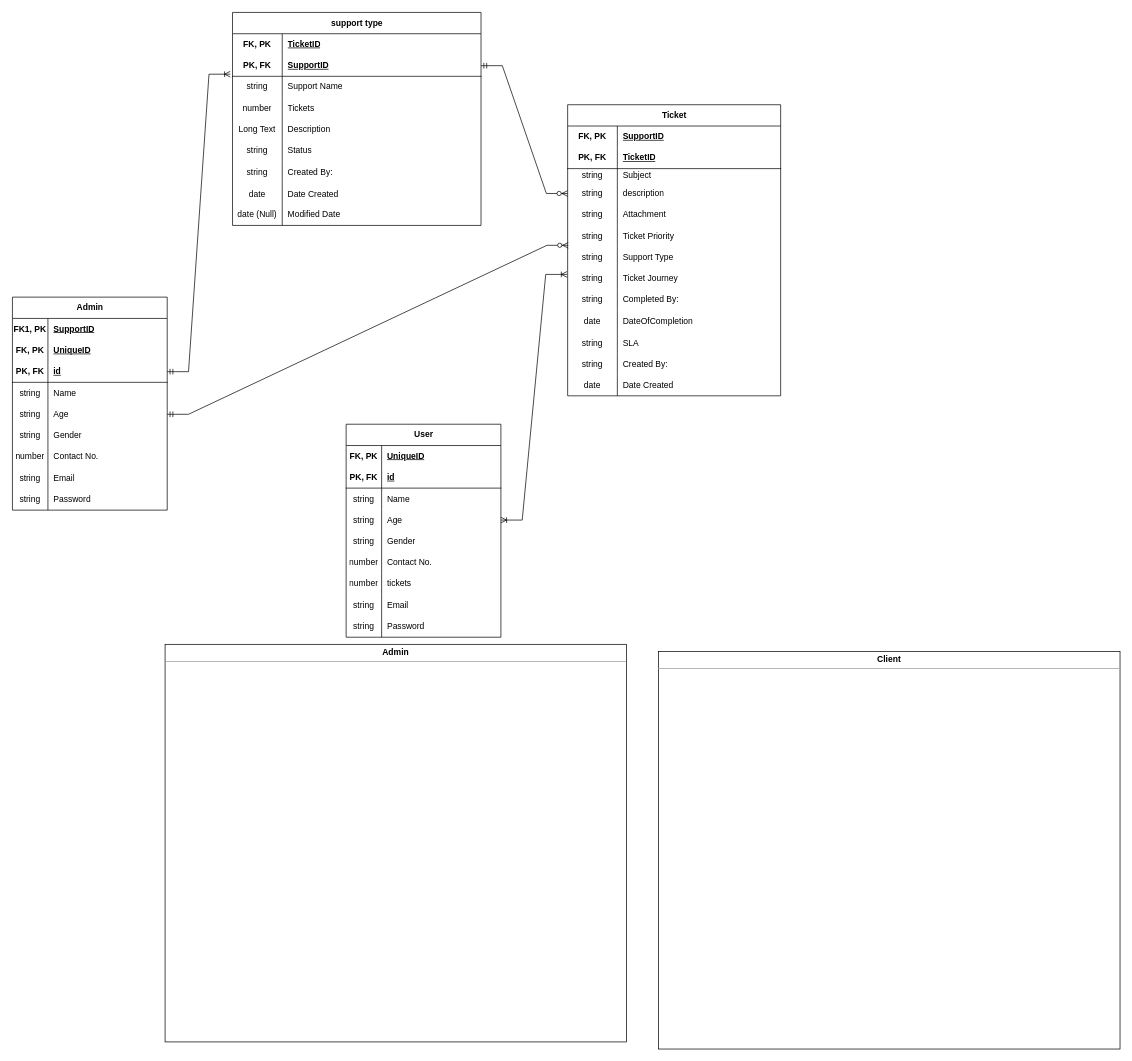
Above: page "Page-1" (1 of 2) of hackdesk-erd.drawio in clydeaaron/hackdesk-erd (draw.io), before the change. Source tidied: cells renumbered, new cells numbered last; positions are measured from the earlier drawing's top-left corner, leaving out a move shared by most shapes. Both pictures are drawn from the tidied source at 71%, with x=0, y=0 at pixel (12, 12).
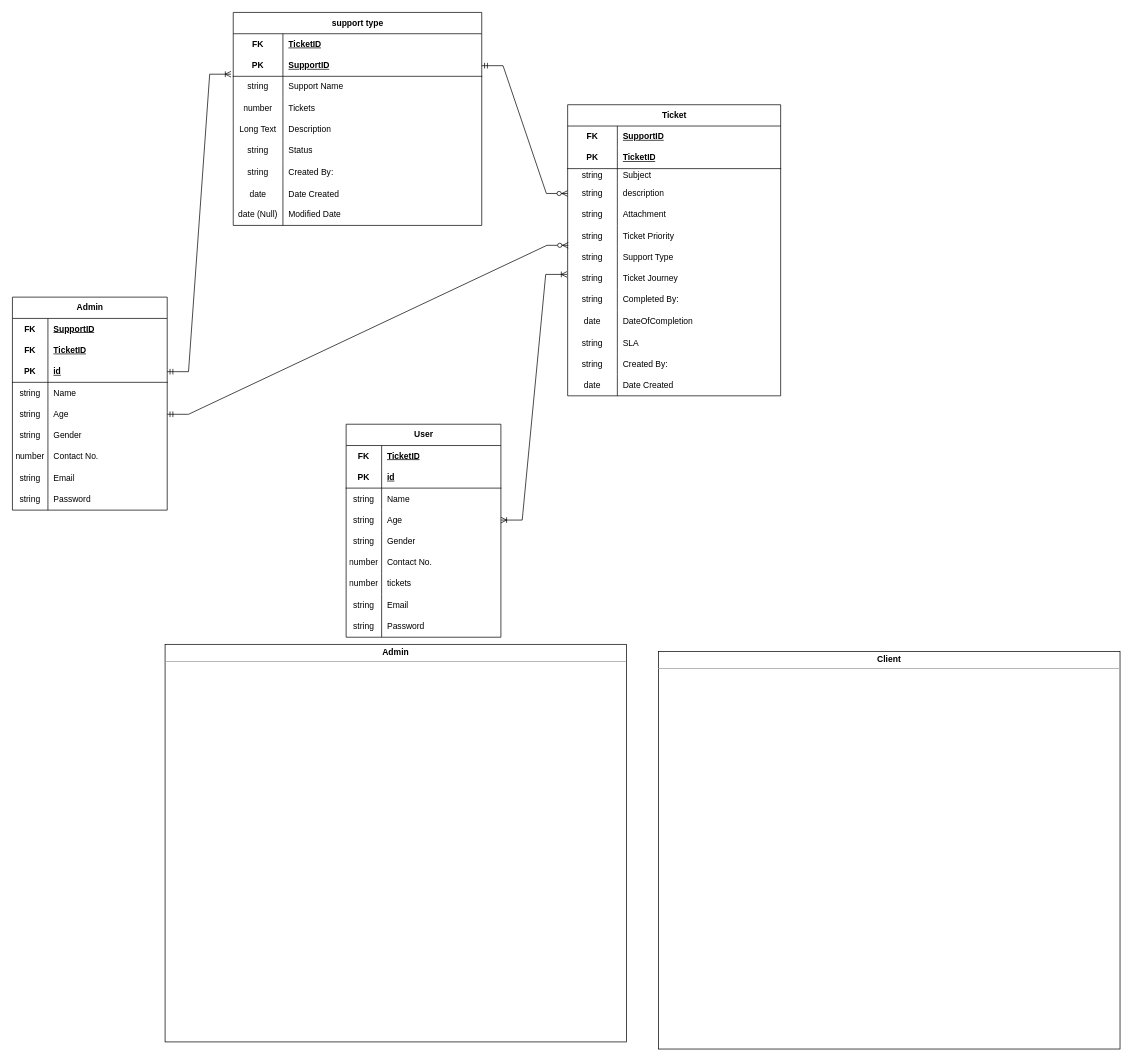
The same page after the edit.

Unchanged cells that the change refers to:
```xml
<mxCell id="4" style="shape=tableRow;horizontal=0;startSize=0;swimlaneHead=0;swimlaneBody=0;fillColor=none;top=0;left=0;right=0;bottom=0;" parent="3" vertex="1">
  <mxGeometry y="30" width="300" height="30" as="geometry" />
</mxCell>
<mxCell id="7" style="shape=tableRow;horizontal=0;startSize=0;swimlaneHead=0;swimlaneBody=0;fillColor=none;top=0;left=0;right=0;bottom=1;" parent="3" vertex="1">
  <mxGeometry y="60" width="300" height="30" as="geometry" />
</mxCell>
<mxCell id="45" style="shape=tableRow;horizontal=0;startSize=0;swimlaneHead=0;swimlaneBody=0;fillColor=none;top=0;left=0;right=0;bottom=0;" parent="44" vertex="1">
  <mxGeometry y="30" width="218" height="30" as="geometry" />
</mxCell>
<mxCell id="48" style="shape=tableRow;horizontal=0;startSize=0;swimlaneHead=0;swimlaneBody=0;fillColor=none;top=0;left=0;right=0;bottom=1;" parent="44" vertex="1">
  <mxGeometry y="60" width="218" height="30" as="geometry" />
</mxCell>
<mxCell id="73" style="shape=tableRow;horizontal=0;startSize=0;swimlaneHead=0;swimlaneBody=0;fillColor=none;top=0;left=0;right=0;bottom=0;" parent="72" vertex="1">
  <mxGeometry y="30" width="350" height="30" as="geometry" />
</mxCell>
<mxCell id="76" style="shape=tableRow;horizontal=0;startSize=0;swimlaneHead=0;swimlaneBody=0;fillColor=none;points=[[0,0.5],[1,0.5]];portConstraint=eastwest;top=0;left=0;right=0;bottom=1;" parent="72" vertex="1">
  <mxGeometry y="60" width="350" height="30" as="geometry" />
</mxCell>
<mxCell id="102" style="shape=tableRow;horizontal=0;startSize=0;swimlaneHead=0;swimlaneBody=0;fillColor=none;top=0;left=0;right=0;bottom=0;" parent="101" vertex="1">
  <mxGeometry y="30" width="218" height="30" as="geometry" />
</mxCell>
<mxCell id="105" style="shape=tableRow;horizontal=0;startSize=0;swimlaneHead=0;swimlaneBody=0;fillColor=none;top=0;left=0;right=0;bottom=0;" parent="101" vertex="1">
  <mxGeometry y="60" width="218" height="30" as="geometry" />
</mxCell>
<mxCell id="108" style="shape=tableRow;horizontal=0;startSize=0;swimlaneHead=0;swimlaneBody=0;fillColor=none;points=[[0,0.5],[1,0.5]];portConstraint=eastwest;top=0;left=0;right=0;bottom=1;" parent="101" vertex="1">
  <mxGeometry y="90" width="218" height="30" as="geometry" />
</mxCell>
```

Change to the diagram source:
```diff
@@
-    <mxCell id="5" value="FK, PK" style="shape=partialRectangle;fillColor=none;top=0;left=0;bottom=0;right=0;fontStyle=1;overflow=hidden;whiteSpace=wrap;html=1;" parent="4" vertex="1">
+    <mxCell id="5" value="FK" style="shape=partialRectangle;fillColor=none;top=0;left=0;bottom=0;right=0;fontStyle=1;overflow=hidden;whiteSpace=wrap;html=1;" parent="4" vertex="1">
       <mxGeometry width="70" height="30" as="geometry" />
     </mxCell>
@@
-    <mxCell id="8" value="PK, FK" style="shape=partialRectangle;fillColor=none;top=0;left=0;bottom=0;right=0;fontStyle=1;overflow=hidden;whiteSpace=wrap;html=1;" parent="7" vertex="1">
+    <mxCell id="8" value="PK" style="shape=partialRectangle;fillColor=none;top=0;left=0;bottom=0;right=0;fontStyle=1;overflow=hidden;whiteSpace=wrap;html=1;" parent="7" vertex="1">
       <mxGeometry width="70" height="30" as="geometry" />
     </mxCell>
@@
-    <mxCell id="46" value="FK, PK" style="shape=partialRectangle;fillColor=none;top=0;left=0;bottom=0;right=0;fontStyle=1;overflow=hidden;whiteSpace=wrap;html=1;" parent="45" vertex="1">
+    <mxCell id="46" value="FK" style="shape=partialRectangle;fillColor=none;top=0;left=0;bottom=0;right=0;fontStyle=1;overflow=hidden;whiteSpace=wrap;html=1;" parent="45" vertex="1">
       <mxGeometry width="50" height="30" as="geometry" />
     </mxCell>
-    <mxCell id="47" value="UniqueID" style="shape=partialRectangle;fillColor=none;top=0;left=0;bottom=0;right=0;align=left;spacingLeft=6;fontStyle=5;overflow=hidden;whiteSpace=wrap;html=1;" parent="45" vertex="1">
+    <mxCell id="47" value="TicketID" style="shape=partialRectangle;fillColor=none;top=0;left=0;bottom=0;right=0;align=left;spacingLeft=6;fontStyle=5;overflow=hidden;whiteSpace=wrap;html=1;" parent="45" vertex="1">
       <mxGeometry x="50" width="168" height="30" as="geometry" />
     </mxCell>
@@
-    <mxCell id="49" value="PK, FK" style="shape=partialRectangle;fillColor=none;top=0;left=0;bottom=0;right=0;fontStyle=1;overflow=hidden;whiteSpace=wrap;html=1;" parent="48" vertex="1">
+    <mxCell id="49" value="PK" style="shape=partialRectangle;fillColor=none;top=0;left=0;bottom=0;right=0;fontStyle=1;overflow=hidden;whiteSpace=wrap;html=1;" parent="48" vertex="1">
       <mxGeometry width="50" height="30" as="geometry" />
     </mxCell>
@@
     <mxCell id="72" value="&lt;b&gt;support type&lt;/b&gt;" style="shape=table;startSize=30;childLayout=tableLayout;rowLines=0;fontStyle=0;align=center;html=1;" parent="1" vertex="1">
-      <mxGeometry x="310" width="350" height="300" as="geometry" />
+      <mxGeometry x="311" width="350" height="300" as="geometry" />
     </mxCell>
@@
-    <mxCell id="74" value="FK, PK" style="shape=partialRectangle;fillColor=none;top=0;left=0;bottom=0;right=0;fontStyle=1;overflow=hidden;whiteSpace=wrap;html=1;" parent="73" vertex="1">
+    <mxCell id="74" value="FK" style="shape=partialRectangle;fillColor=none;top=0;left=0;bottom=0;right=0;fontStyle=1;overflow=hidden;whiteSpace=wrap;html=1;" parent="73" vertex="1">
       <mxGeometry width="70" height="30" as="geometry" />
     </mxCell>
@@
-    <mxCell id="77" value="PK, FK" style="shape=partialRectangle;fillColor=none;top=0;left=0;bottom=0;right=0;fontStyle=1;overflow=hidden;whiteSpace=wrap;html=1;" parent="76" vertex="1">
+    <mxCell id="77" value="PK" style="shape=partialRectangle;fillColor=none;top=0;left=0;bottom=0;right=0;fontStyle=1;overflow=hidden;whiteSpace=wrap;html=1;" parent="76" vertex="1">
       <mxGeometry width="70" height="30" as="geometry" />
     </mxCell>
@@
-    <mxCell id="103" value="FK1, PK" style="shape=partialRectangle;fillColor=none;top=0;left=0;bottom=0;right=0;fontStyle=1;overflow=hidden;whiteSpace=wrap;html=1;" parent="102" vertex="1">
+    <mxCell id="103" value="FK" style="shape=partialRectangle;fillColor=none;top=0;left=0;bottom=0;right=0;fontStyle=1;overflow=hidden;whiteSpace=wrap;html=1;" parent="102" vertex="1">
       <mxGeometry width="50" height="30" as="geometry" />
     </mxCell>
@@
-    <mxCell id="106" value="FK, PK" style="shape=partialRectangle;fillColor=none;top=0;left=0;bottom=0;right=0;fontStyle=1;overflow=hidden;whiteSpace=wrap;html=1;" parent="105" vertex="1">
+    <mxCell id="106" value="FK" style="shape=partialRectangle;fillColor=none;top=0;left=0;bottom=0;right=0;fontStyle=1;overflow=hidden;whiteSpace=wrap;html=1;" parent="105" vertex="1">
       <mxGeometry width="50" height="30" as="geometry" />
     </mxCell>
-    <mxCell id="107" value="UniqueID" style="shape=partialRectangle;fillColor=none;top=0;left=0;bottom=0;right=0;align=left;spacingLeft=6;fontStyle=5;overflow=hidden;whiteSpace=wrap;html=1;" parent="105" vertex="1">
+    <mxCell id="107" value="TicketID" style="shape=partialRectangle;fillColor=none;top=0;left=0;bottom=0;right=0;align=left;spacingLeft=6;fontStyle=5;overflow=hidden;whiteSpace=wrap;html=1;" parent="105" vertex="1">
       <mxGeometry x="50" width="168" height="30" as="geometry" />
     </mxCell>
@@
-    <mxCell id="109" value="PK, FK" style="shape=partialRectangle;fillColor=none;top=0;left=0;bottom=0;right=0;fontStyle=1;overflow=hidden;whiteSpace=wrap;html=1;" parent="108" vertex="1">
+    <mxCell id="109" value="PK" style="shape=partialRectangle;fillColor=none;top=0;left=0;bottom=0;right=0;fontStyle=1;overflow=hidden;whiteSpace=wrap;html=1;" parent="108" vertex="1">
       <mxGeometry width="50" height="30" as="geometry" />
     </mxCell>
```
